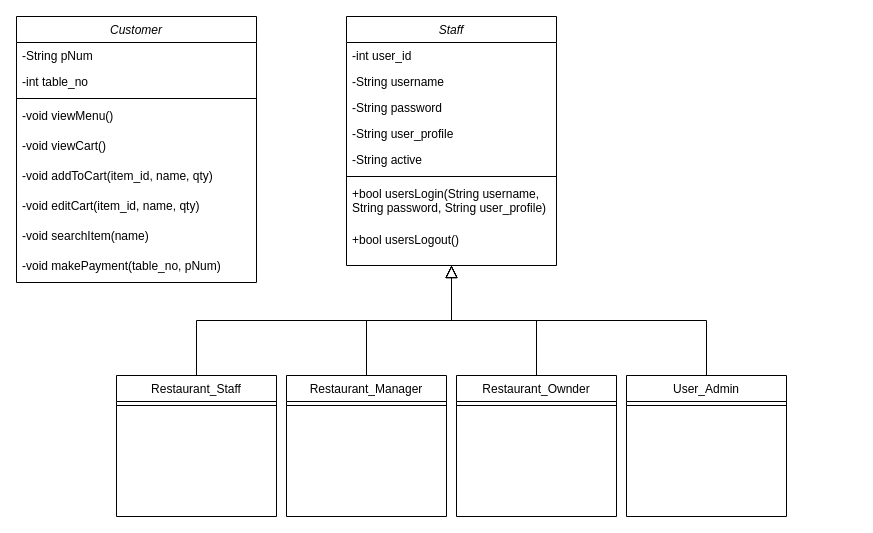
This is BCE_UML_and_Diagrams/HOPIUM_UML.drawio from extred5700/JAVAGUI-Restaurant-Table-Order-System, a draw.io file, before an edit. Source tidied: cells renumbered, new cells numbered last; positions are measured from the earlier drawing's top-left corner, leaving out a move shared by most shapes. Both pictures are drawn from the tidied source at 100%, with x=0, y=0 at pixel (16, 16).
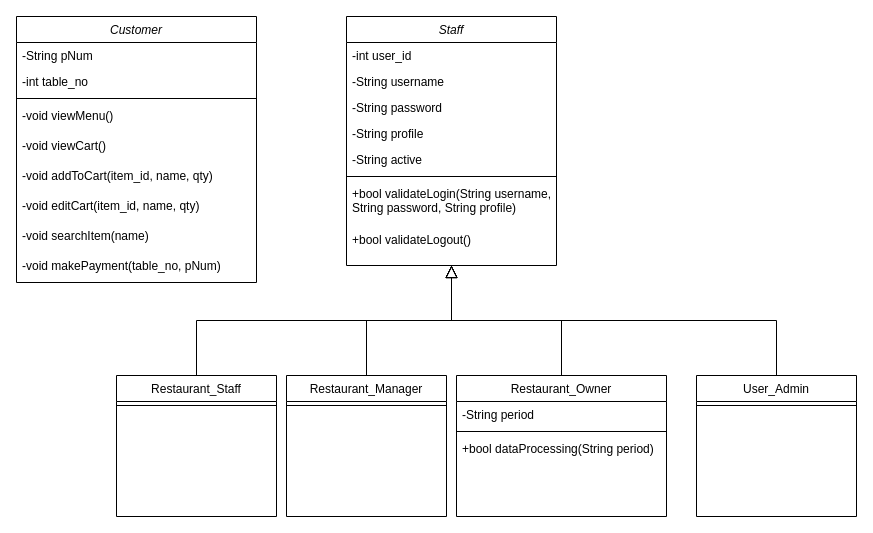
The same page after the edit.

Unchanged cells that the change refers to:
```xml
<mxCell id="2" value="Staff" style="swimlane;fontStyle=2;align=center;verticalAlign=top;horizontal=1;startSize=26;rounded=0;shadow=0;strokeWidth=1;" parent="1" vertex="1">
  <mxGeometry x="330" width="210" height="249" as="geometry" />
</mxCell>
```

What changed in the source:
```diff
@@
-    <mxCell id="6" value="-String user_profile" style="text;align=left;verticalAlign=top;spacingLeft=4;spacingRight=4;overflow=hidden;rounded=0;shadow=0;html=0;" parent="2" vertex="1">
+    <mxCell id="6" value="-String profile" style="text;align=left;verticalAlign=top;spacingLeft=4;spacingRight=4;overflow=hidden;rounded=0;shadow=0;html=0;" parent="2" vertex="1">
       <mxGeometry y="104" width="210" height="26" as="geometry" />
     </mxCell>
@@
-    <mxCell id="9" value="+bool usersLogin(String username,&#10;String password, String user_profile)" style="text;align=left;verticalAlign=top;spacingLeft=4;spacingRight=4;overflow=hidden;" parent="2" vertex="1">
+    <mxCell id="9" value="+bool validateLogin(String username,&#10;String password, String profile)" style="text;align=left;verticalAlign=top;spacingLeft=4;spacingRight=4;overflow=hidden;" parent="2" vertex="1">
       <mxGeometry y="164" width="210" height="46" as="geometry" />
     </mxCell>
-    <mxCell id="10" value="+bool usersLogout()" style="text;align=left;verticalAlign=top;spacingLeft=4;spacingRight=4;overflow=hidden;" parent="2" vertex="1">
+    <mxCell id="10" value="+bool validateLogout()" style="text;align=left;verticalAlign=top;spacingLeft=4;spacingRight=4;overflow=hidden;" parent="2" vertex="1">
       <mxGeometry y="210" width="210" height="30" as="geometry" />
     </mxCell>
@@
     <mxCell id="14" value="User_Admin" style="swimlane;fontStyle=0;align=center;verticalAlign=top;horizontal=1;startSize=26;rounded=0;shadow=0;strokeWidth=1;" parent="1" vertex="1">
-      <mxGeometry x="610" y="359" width="160" height="141" as="geometry" />
+      <mxGeometry x="680" y="359" width="160" height="141" as="geometry" />
     </mxCell>
@@
-    <mxCell id="20" value="Restaurant_Ownder" style="swimlane;fontStyle=0;align=center;verticalAlign=top;horizontal=1;startSize=26;rounded=0;shadow=0;strokeWidth=1;" parent="1" vertex="1">
-      <mxGeometry x="440" y="359" width="160" height="141" as="geometry" />
+    <mxCell id="20" value="Restaurant_Owner" style="swimlane;fontStyle=0;align=center;verticalAlign=top;horizontal=1;startSize=26;rounded=0;shadow=0;strokeWidth=1;" parent="1" vertex="1">
+      <mxGeometry x="440" y="359" width="210" height="141" as="geometry" />
     </mxCell>
+    <mxCell id="33" value="-String period" style="text;align=left;verticalAlign=top;spacingLeft=4;spacingRight=4;overflow=hidden;" parent="20" vertex="1">
+      <mxGeometry y="26" width="210" height="26" as="geometry" />
+    </mxCell>
     <mxCell id="21" style="line;html=1;strokeWidth=1;align=left;verticalAlign=middle;spacingTop=-1;spacingLeft=3;spacingRight=3;labelPosition=right;" parent="20" vertex="1">
-      <mxGeometry y="26" width="160" height="8" as="geometry" />
+      <mxGeometry y="52" width="210" height="8" as="geometry" />
     </mxCell>
+    <mxCell id="34" value="+bool dataProcessing(String period)" style="text;align=left;verticalAlign=top;spacingLeft=4;spacingRight=4;overflow=hidden;" parent="20" vertex="1">
+      <mxGeometry y="60" width="210" height="30" as="geometry" />
+    </mxCell>
```
